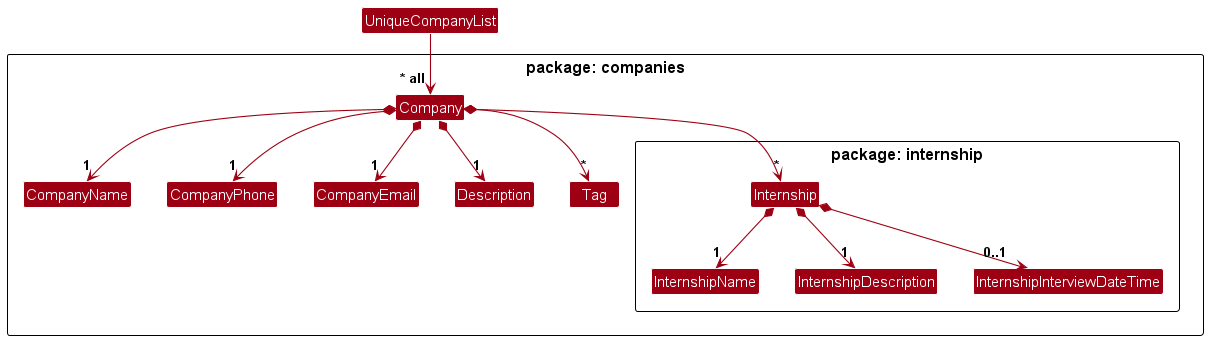
oeggy03/tp keeps this PlantUML diagram as docs/images/CompanyModelDiagram.png. Above is the earlier version.
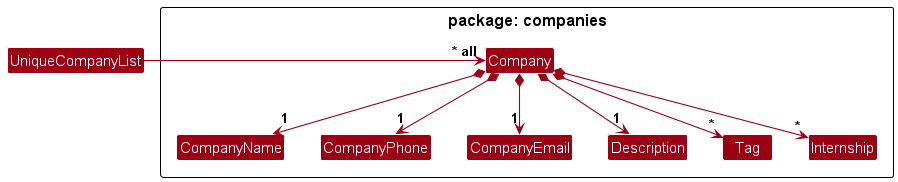
The same diagram one commit later.

Commit message:
Update some DG diagrams to make them more readable

What changed in the source:
```diff
@@ -13,17 +13,11 @@
 Class CompanyEmail
 Class Description
 Class Tag
-}
-
-package "package: companies.package: internship" {
 Class Internship
-Class InternshipName
-Class InternshipDescription
-Class InternshipInterviewDateTime
 }
 
 
-UniqueCompanyList -down-> "~* all" Company
+UniqueCompanyList -right-> "~* all" Company
 Company *--> "1" CompanyName
 Company *--> "1" CompanyPhone
 Company *--> "1" CompanyEmail
@@ -31,8 +25,4 @@
 Company *--> "*" Tag
 Company *--> "*" Internship
 
-Internship *--> "1" InternshipName
-Internship *--> "1" InternshipDescription
-Internship *--> "0..1" InternshipInterviewDateTime
-
 @enduml
```
